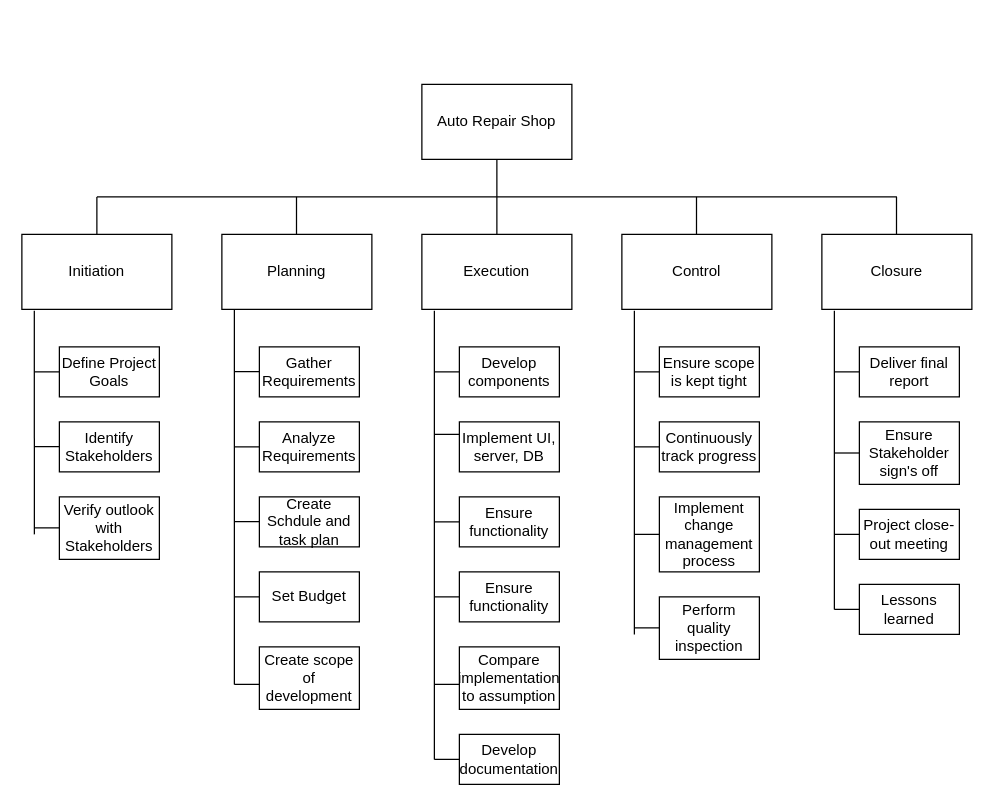
The draw.io diagram AutoRepairProjectBased.drawio in DylanBriSmith/4313Drawings, before the edit. Source tidied: cells renumbered, new cells numbered last; positions are measured from the earlier drawing's top-left corner, leaving out a move shared by most shapes. Both pictures are drawn from the tidied source at 125%, with x=0, y=0 at pixel (21, 84).
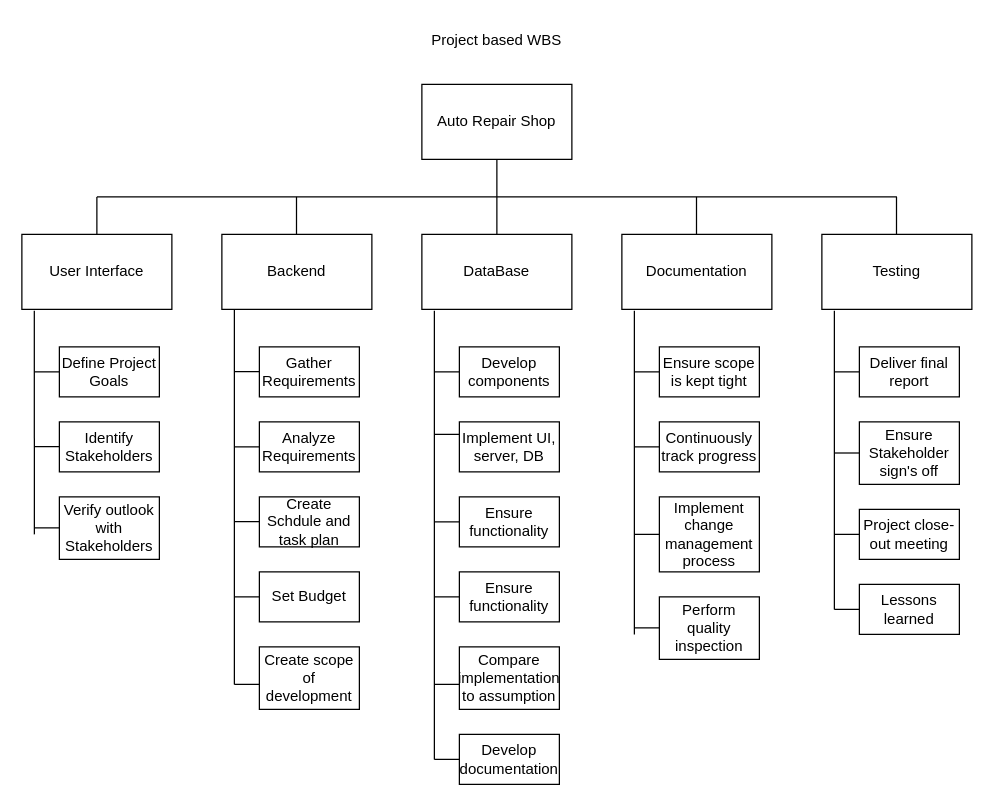
The same page after the edit.

What changed in the source:
```diff
@@
-    <mxCell id="3" value="Initiation" style="rounded=0;whiteSpace=wrap;html=1;" parent="1" vertex="1">
+    <mxCell id="3" value="User Interface" style="rounded=0;whiteSpace=wrap;html=1;" parent="1" vertex="1">
       <mxGeometry y="120" width="120" height="60" as="geometry" />
     </mxCell>
-    <mxCell id="4" value="Planning" style="rounded=0;whiteSpace=wrap;html=1;" parent="1" vertex="1">
+    <mxCell id="4" value="Backend" style="rounded=0;whiteSpace=wrap;html=1;" parent="1" vertex="1">
       <mxGeometry x="160" y="120" width="120" height="60" as="geometry" />
     </mxCell>
-    <mxCell id="5" value="Execution" style="rounded=0;whiteSpace=wrap;html=1;" parent="1" vertex="1">
+    <mxCell id="5" value="DataBase" style="rounded=0;whiteSpace=wrap;html=1;" parent="1" vertex="1">
       <mxGeometry x="320" y="120" width="120" height="60" as="geometry" />
     </mxCell>
-    <mxCell id="6" value="Control" style="rounded=0;whiteSpace=wrap;html=1;" parent="1" vertex="1">
+    <mxCell id="6" value="Documentation" style="rounded=0;whiteSpace=wrap;html=1;" parent="1" vertex="1">
       <mxGeometry x="480" y="120" width="120" height="60" as="geometry" />
     </mxCell>
-    <mxCell id="7" value="Closure" style="rounded=0;whiteSpace=wrap;html=1;" parent="1" vertex="1">
+    <mxCell id="7" value="Testing" style="rounded=0;whiteSpace=wrap;html=1;" parent="1" vertex="1">
       <mxGeometry x="640" y="120" width="120" height="60" as="geometry" />
     </mxCell>
@@
+    <mxCell id="64" value="Project based WBS" style="text;html=1;whiteSpace=wrap;strokeColor=none;fillColor=none;align=center;verticalAlign=middle;rounded=0;" parent="1" vertex="1">
+      <mxGeometry x="320" y="-50" width="120" height="30" as="geometry" />
+    </mxCell>
```
